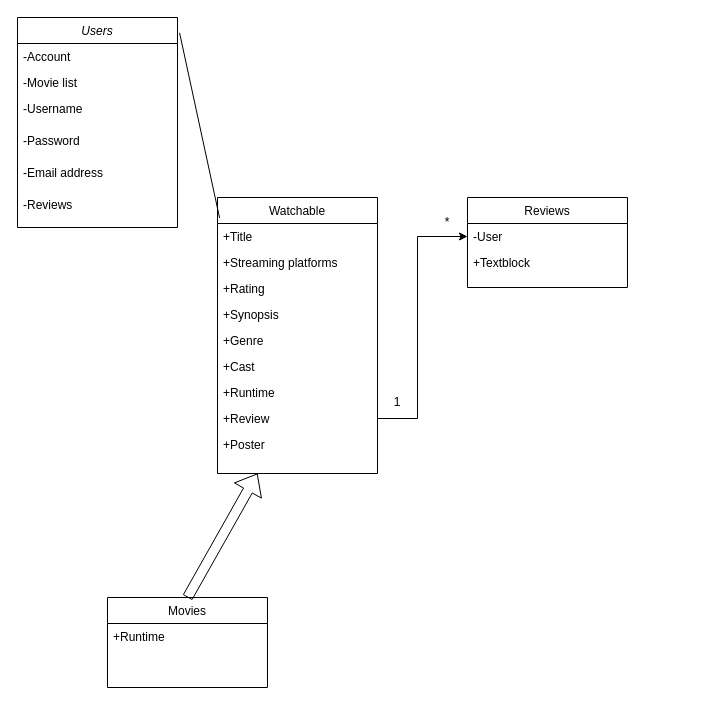
Before: Untitled Diagram.drawio in 307ScreenSquad/CSC307-ScreenSquad, a draw.io diagram. Source tidied: cells renumbered, new cells numbered last; positions are measured from the earlier drawing's top-left corner, leaving out a move shared by most shapes. Both pictures are drawn from the tidied source at 100%, with x=0, y=0 at pixel (17, 17).
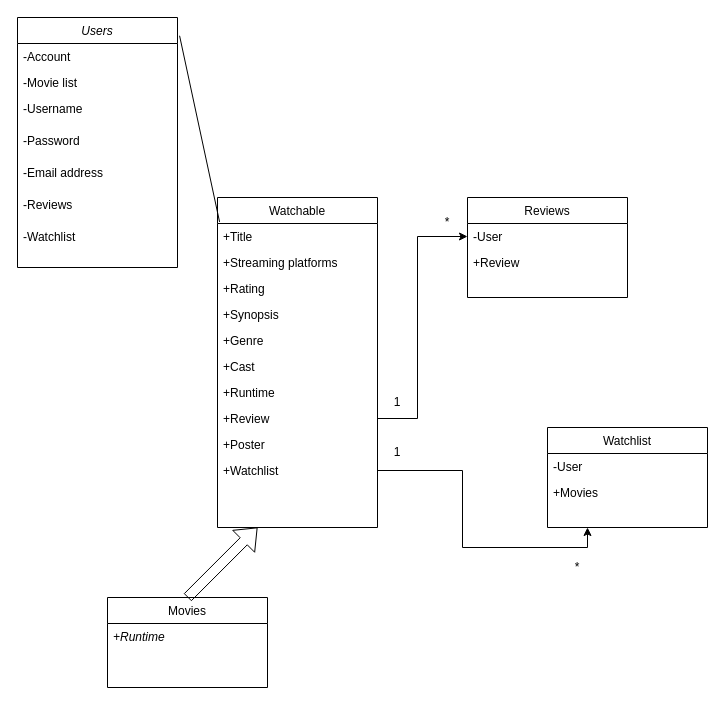
Above is the later version.

The change refers to these unchanged cells:
```xml
<mxCell id="20" value="Movies" style="swimlane;fontStyle=0;align=center;verticalAlign=top;horizontal=1;startSize=26;rounded=0;shadow=0;strokeWidth=1;" parent="1" vertex="1">
  <mxGeometry x="90" y="580" width="160" height="90" as="geometry" />
</mxCell>
```

The edit, as a diff of the source:
```diff
@@
     <mxCell id="2" value="Users" style="swimlane;fontStyle=2;align=center;verticalAlign=top;horizontal=1;startSize=26;rounded=0;shadow=0;strokeWidth=1;" parent="1" vertex="1">
-      <mxGeometry width="160" height="210" as="geometry" />
+      <mxGeometry width="160" height="250" as="geometry" />
     </mxCell>
@@
+    <mxCell id="29" value="-Watchlist" style="text;align=left;verticalAlign=top;spacingLeft=4;spacingRight=4;overflow=hidden;rounded=0;shadow=0;html=0;" parent="2" vertex="1">
+      <mxGeometry y="206" width="160" height="32" as="geometry" />
+    </mxCell>
     <mxCell id="9" value="Watchable" style="swimlane;fontStyle=0;align=center;verticalAlign=top;horizontal=1;startSize=26;rounded=0;shadow=0;strokeWidth=1;" parent="1" vertex="1">
-      <mxGeometry x="200" y="180" width="160" height="276" as="geometry" />
+      <mxGeometry x="200" y="180" width="160" height="330" as="geometry" />
     </mxCell>
@@
+    <mxCell id="30" value="+Watchlist" style="text;align=left;verticalAlign=top;spacingLeft=4;spacingRight=4;overflow=hidden;points=[[0,0.5],[1,0.5]];portConstraint=eastwest;rounded=0;shadow=0;html=0;" parent="9" vertex="1">
+      <mxGeometry y="260" width="160" height="26" as="geometry" />
+    </mxCell>
@@
-    <mxCell id="21" value="+Runtime" style="text;align=left;verticalAlign=top;spacingLeft=4;spacingRight=4;overflow=hidden;" parent="20" vertex="1">
+    <mxCell id="21" value="+Runtime" style="text;align=left;verticalAlign=top;spacingLeft=4;spacingRight=4;overflow=hidden;fontStyle=2;" parent="20" vertex="1">
       <mxGeometry y="26" width="160" height="26" as="geometry" />
     </mxCell>
     <mxCell id="22" value="Reviews" style="swimlane;fontStyle=0;align=center;verticalAlign=top;horizontal=1;startSize=26;rounded=0;shadow=0;strokeWidth=1;" parent="1" vertex="1">
-      <mxGeometry x="450" y="180" width="160" height="90" as="geometry" />
+      <mxGeometry x="450" y="180" width="160" height="100" as="geometry" />
     </mxCell>
@@
-    <mxCell id="24" value="+Textblock" style="text;align=left;verticalAlign=top;spacingLeft=4;spacingRight=4;overflow=hidden;" parent="22" vertex="1">
-      <mxGeometry y="52" width="160" height="34" as="geometry" />
+    <mxCell id="24" value="+Review" style="text;align=left;verticalAlign=top;spacingLeft=4;spacingRight=4;overflow=hidden;" parent="22" vertex="1">
+      <mxGeometry y="52" width="160" height="38" as="geometry" />
     </mxCell>
@@
+    <mxCell id="31" value="Watchlist" style="swimlane;fontStyle=0;align=center;verticalAlign=top;horizontal=1;startSize=26;rounded=0;shadow=0;strokeWidth=1;" parent="1" vertex="1">
+      <mxGeometry x="530" y="410" width="160" height="100" as="geometry" />
+    </mxCell>
+    <mxCell id="32" value="-User" style="text;align=left;verticalAlign=top;spacingLeft=4;spacingRight=4;overflow=hidden;" parent="31" vertex="1">
+      <mxGeometry y="26" width="160" height="26" as="geometry" />
+    </mxCell>
+    <mxCell id="33" value="+Movies" style="text;align=left;verticalAlign=top;spacingLeft=4;spacingRight=4;overflow=hidden;" parent="31" vertex="1">
+      <mxGeometry y="52" width="160" height="38" as="geometry" />
+    </mxCell>
+    <mxCell id="34" value="*" style="text;html=1;strokeColor=none;fillColor=none;align=center;verticalAlign=middle;whiteSpace=wrap;rounded=0;" parent="1" vertex="1">
+      <mxGeometry x="530" y="535" width="60" height="30" as="geometry" />
+    </mxCell>
+    <mxCell id="35" value="1" style="text;html=1;strokeColor=none;fillColor=none;align=center;verticalAlign=middle;whiteSpace=wrap;rounded=0;" parent="1" vertex="1">
+      <mxGeometry x="350" y="420" width="60" height="30" as="geometry" />
+    </mxCell>
+    <mxCell id="36" style="edgeStyle=orthogonalEdgeStyle;rounded=0;jettySize=auto;html=1;exitX=1;exitY=0.5;exitDx=0;exitDy=0;entryX=0.25;entryY=1;entryDx=0;entryDy=0;" parent="1" edge="1" source="30" target="31">
+      <mxGeometry relative="1" as="geometry" />
+    </mxCell>
```
